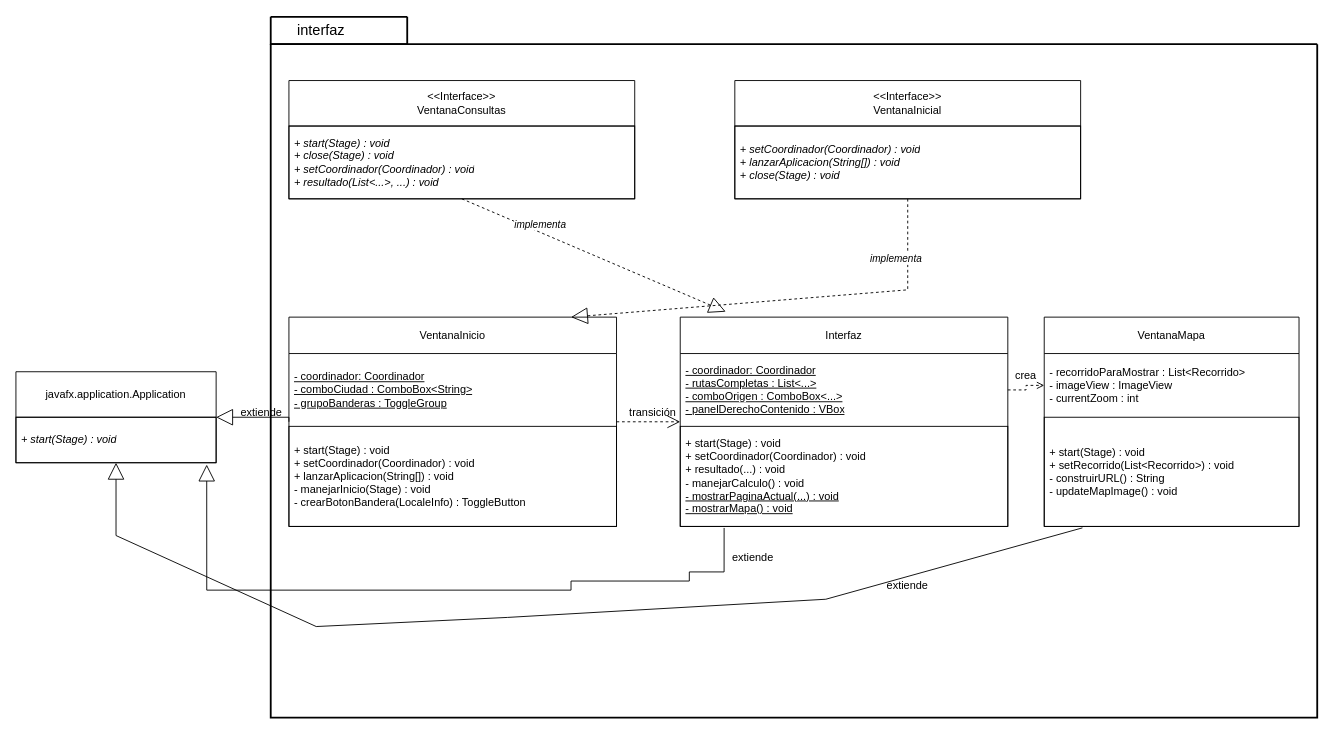
Earlier version of the draw.io diagram docs/uml/drawio/colectivo.interfaz.drawio (AverageZeko/POO-colectivos). Source tidied: cells renumbered, new cells numbered last; positions are measured from the earlier drawing's top-left corner, leaving out a move shared by most shapes. Both pictures are drawn from the tidied source at 91%, with x=0, y=0 at pixel (15, 16).
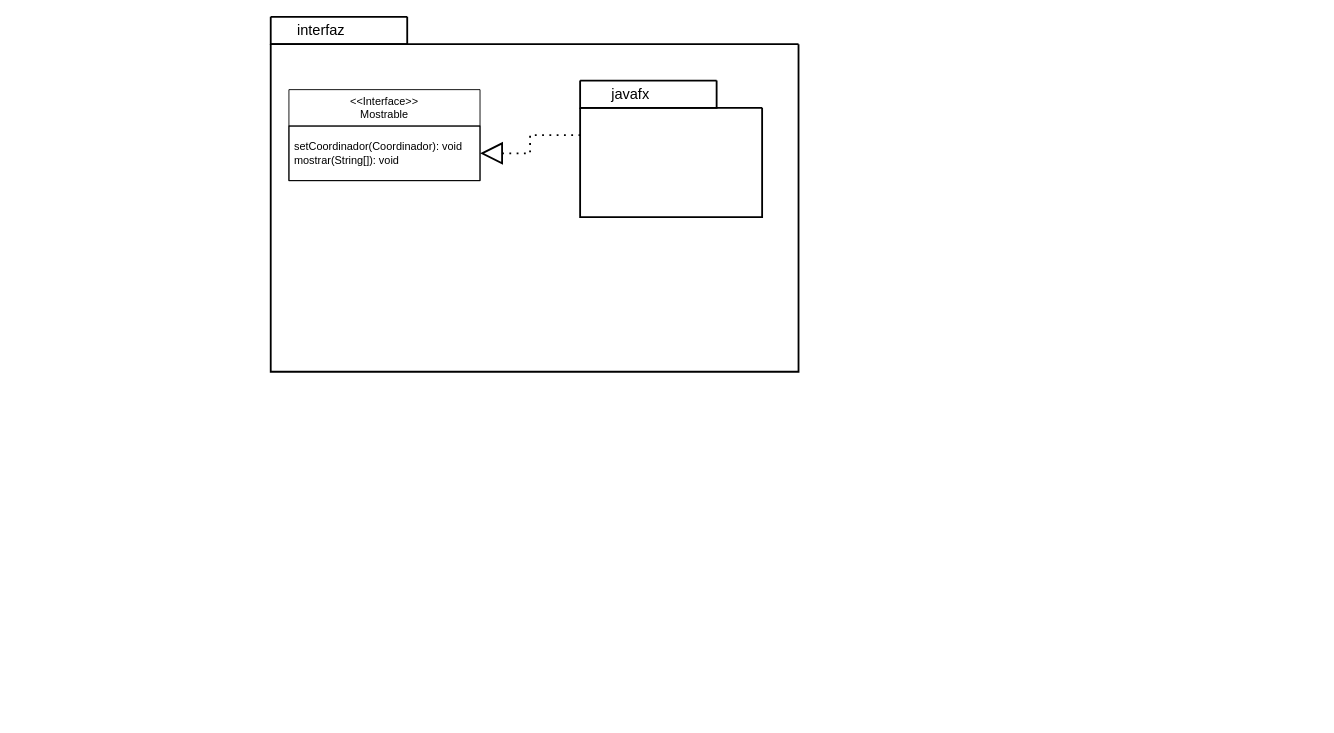
After the change.

The edit, as a diff of the source:
```diff
@@
     <mxCell id="2" style="swimlane;startSize=0;align=center;strokeWidth=2;" parent="1" vertex="1">
-      <mxGeometry x="280" y="30" width="1150" height="740" as="geometry" />
+      <mxGeometry x="280" y="30" width="580" height="360" as="geometry" />
     </mxCell>
-    <mxCell id="3" value="Interfaz" style="swimlane;fontStyle=0;horizontal=1;startSize=40;whiteSpace=wrap;html=1;" parent="2" vertex="1">
-      <mxGeometry x="450" y="300" width="360" height="230" as="geometry" />
-    </mxCell>
-    <mxCell id="4" value="&lt;u&gt;- coordinador: Coordinador&lt;/u&gt;&lt;br&gt;&lt;u&gt;- rutasCompletas : List&amp;lt;...&amp;gt;&lt;/u&gt;&lt;br&gt;&lt;u&gt;- comboOrigen : ComboBox&amp;lt;...&amp;gt;&lt;/u&gt;&lt;br&gt;&lt;u&gt;- panelDerechoContenido : VBox&lt;/u&gt;" style="text;strokeColor=none;fillColor=none;align=left;verticalAlign=middle;spacingLeft=4;spacingRight=4;overflow=hidden;points=[[0,0.5],[1,0.5]];portConstraint=eastwest;whiteSpace=wrap;html=1;" parent="3" vertex="1">
-      <mxGeometry y="40" width="360" height="80" as="geometry" />
-    </mxCell>
-    <mxCell id="5" value="&lt;div&gt;+ start(Stage) : void&lt;/div&gt;&lt;div&gt;+ setCoordinador(Coordinador) : void&lt;/div&gt;&lt;div&gt;+ resultado(...) : void&lt;/div&gt;&lt;div&gt;- manejarCalculo() : void&lt;/div&gt;&lt;div&gt;&lt;u&gt;- mostrarPaginaActual(...) : void&lt;/u&gt;&lt;/div&gt;&lt;div&gt;&lt;u&gt;- mostrarMapa() : void&lt;/u&gt;&lt;/div&gt;" style="text;strokeColor=default;fillColor=none;align=left;verticalAlign=middle;spacingLeft=4;spacingRight=4;overflow=hidden;points=[[0,0.5],[1,0.5]];portConstraint=eastwest;whiteSpace=wrap;html=1;" parent="3" vertex="1">
-      <mxGeometry y="120" width="360" height="110" as="geometry" />
-    </mxCell>
-    <mxCell id="6" value="&amp;lt;&amp;lt;Interface&amp;gt;&amp;gt;&lt;br&gt;VentanaConsultas" style="swimlane;fontStyle=0;horizontal=1;startSize=50;whiteSpace=wrap;html=1;" parent="2" vertex="1">
-      <mxGeometry x="20" y="40" width="380" height="130" as="geometry" />
-    </mxCell>
-    <mxCell id="7" value="&lt;i&gt;+ start(Stage) : void&lt;/i&gt;&lt;div&gt;&lt;i&gt;+ close(Stage) : void&lt;/i&gt;&lt;/div&gt;&lt;div&gt;&lt;i&gt;+ setCoordinador(Coordinador) : void&lt;/i&gt;&lt;/div&gt;&lt;div&gt;&lt;i&gt;+ resultado(List&amp;lt;...&amp;gt;, ...) : void&lt;/i&gt;&lt;/div&gt;" style="text;strokeColor=default;fillColor=none;align=left;verticalAlign=middle;spacingLeft=4;spacingRight=4;overflow=hidden;whiteSpace=wrap;html=1;" parent="6" vertex="1">
-      <mxGeometry y="50" width="380" height="80" as="geometry" />
-    </mxCell>
-    <mxCell id="8" style="endArrow=block;endSize=16;endFill=0;html=1;rounded=0;exitX=0.5;exitY=1;exitDx=0;exitDy=0;entryX=0.139;entryY=-0.026;entryDx=0;entryDy=0;dashed=1;entryPerimeter=0;" parent="2" edge="1" source="6" target="3">
-      <mxGeometry relative="1" as="geometry" />
-    </mxCell>
-    <mxCell id="9" value="&lt;i&gt;implementa&lt;/i&gt;" style="edgeLabel;html=1;align=center;verticalAlign=middle;" parent="8" vertex="1">
-      <mxGeometry x="-0.41" y="-1" relative="1" as="geometry">
-        <mxPoint y="-10" as="offset" />
-      </mxGeometry>
-    </mxCell>
-    <mxCell id="10" value="VentanaInicio" style="swimlane;fontStyle=0;horizontal=1;startSize=40;whiteSpace=wrap;html=1;" parent="2" vertex="1">
-      <mxGeometry x="20" y="300" width="360" height="230" as="geometry" />
-    </mxCell>
-    <mxCell id="11" value="&lt;u&gt;- coordinador: Coordinador&lt;/u&gt;&lt;br&gt;&lt;u&gt;- comboCiudad : ComboBox&amp;lt;String&amp;gt;&lt;/u&gt;&lt;br&gt;&lt;u&gt;- grupoBanderas : ToggleGroup&lt;/u&gt;" style="text;strokeColor=none;fillColor=none;align=left;verticalAlign=middle;spacingLeft=4;spacingRight=4;overflow=hidden;whiteSpace=wrap;html=1;" parent="10" vertex="1">
-      <mxGeometry y="40" width="360" height="80" as="geometry" />
-    </mxCell>
-    <mxCell id="12" value="&lt;div&gt;+ start(Stage) : void&lt;/div&gt;&lt;div&gt;+ setCoordinador(Coordinador) : void&lt;/div&gt;&lt;div&gt;+ lanzarAplicacion(String[]) : void&lt;/div&gt;&lt;div&gt;- manejarInicio(Stage) : void&lt;/div&gt;&lt;div&gt;- crearBotonBandera(LocaleInfo) : ToggleButton&lt;/div&gt;" style="text;strokeColor=default;fillColor=none;align=left;verticalAlign=middle;spacingLeft=4;spacingRight=4;overflow=hidden;whiteSpace=wrap;html=1;" parent="10" vertex="1">
-      <mxGeometry y="120" width="360" height="110" as="geometry" />
-    </mxCell>
-    <mxCell id="13" value="&amp;lt;&amp;lt;Interface&amp;gt;&amp;gt;&lt;br&gt;VentanaInicial" style="swimlane;fontStyle=0;horizontal=1;startSize=50;whiteSpace=wrap;html=1;" parent="2" vertex="1">
-      <mxGeometry x="510" y="40" width="380" height="130" as="geometry" />
-    </mxCell>
-    <mxCell id="14" value="&lt;div&gt;&lt;i&gt;+ setCoordinador(Coordinador) : void&lt;/i&gt;&lt;/div&gt;&lt;div&gt;&lt;i&gt;+ lanzarAplicacion(String[]) : void&lt;/i&gt;&lt;/div&gt;&lt;div&gt;&lt;i&gt;+ close(Stage) : void&lt;/i&gt;&lt;/div&gt;" style="text;strokeColor=default;fillColor=none;align=left;verticalAlign=middle;spacingLeft=4;spacingRight=4;overflow=hidden;whiteSpace=wrap;html=1;" parent="13" vertex="1">
-      <mxGeometry y="50" width="380" height="80" as="geometry" />
-    </mxCell>
-    <mxCell id="15" style="endArrow=block;endSize=16;endFill=0;html=1;rounded=0;exitX=1;exitY=0;exitDx=0;exitDy=0;entryX=0.861;entryY=0;entryDx=0;entryDy=0;dashed=1;entryPerimeter=0;" parent="2" edge="1">
-      <mxGeometry relative="1" as="geometry">
-        <mxPoint x="700" y="170" as="sourcePoint" />
-        <mxPoint x="330" y="300" as="targetPoint" />
-        <Array as="points">
-          <mxPoint x="700" y="270" />
-        </Array>
-      </mxGeometry>
-    </mxCell>
-    <mxCell id="16" value="&lt;i&gt;implementa&lt;/i&gt;" style="edgeLabel;html=1;align=center;verticalAlign=middle;" parent="15" vertex="1">
-      <mxGeometry x="-0.39" y="1" relative="1" as="geometry">
-        <mxPoint x="30" y="-39" as="offset" />
-      </mxGeometry>
-    </mxCell>
-    <mxCell id="17" value="VentanaMapa" style="swimlane;fontStyle=0;horizontal=1;startSize=40;whiteSpace=wrap;html=1;" parent="2" vertex="1">
-      <mxGeometry x="850" y="300" width="280" height="230" as="geometry" />
-    </mxCell>
-    <mxCell id="18" value="- recorridoParaMostrar : List&amp;lt;Recorrido&amp;gt;&lt;br&gt;- imageView : ImageView&lt;br&gt;- currentZoom : int" style="text;strokeColor=none;fillColor=none;align=left;verticalAlign=middle;spacingLeft=4;spacingRight=4;overflow=hidden;points=[[0,0.5],[1,0.5]];portConstraint=eastwest;whiteSpace=wrap;html=1;" parent="17" vertex="1">
-      <mxGeometry y="40" width="280" height="70" as="geometry" />
-    </mxCell>
-    <mxCell id="19" value="+ start(Stage) : void&lt;br&gt;+ setRecorrido(List&amp;lt;Recorrido&amp;gt;) : void&lt;br&gt;- construirURL() : String&lt;br&gt;- updateMapImage() : void" style="text;strokeColor=default;fillColor=none;align=left;verticalAlign=middle;spacingLeft=4;spacingRight=4;overflow=hidden;points=[[0,0.5],[1,0.5]];portConstraint=eastwest;whiteSpace=wrap;html=1;" parent="17" vertex="1">
-      <mxGeometry y="110" width="280" height="120" as="geometry" />
-    </mxCell>
-    <mxCell id="20" style="endArrow=open;endFill=0;endSize=12;html=1;rounded=0;exitX=1;exitY=0.5;exitDx=0;exitDy=0;entryX=0;entryY=0.5;entryDx=0;entryDy=0;dashed=1;" parent="2" edge="1" source="10" target="3">
-      <mxGeometry relative="1" as="geometry" />
-    </mxCell>
-    <mxCell id="21" value="extiende" style="text;html=1;whiteSpace=wrap;strokeColor=none;fillColor=none;align=center;verticalAlign=middle;rounded=0;" parent="2" vertex="1">
-      <mxGeometry x="500" y="550" width="60" height="30" as="geometry" />
-    </mxCell>
-    <mxCell id="22" value="extiende" style="text;html=1;whiteSpace=wrap;strokeColor=none;fillColor=none;align=center;verticalAlign=middle;rounded=0;" parent="2" vertex="1">
-      <mxGeometry x="670" y="580" width="60" height="30" as="geometry" />
-    </mxCell>
-    <mxCell id="23" style="edgeStyle=orthogonalEdgeStyle;rounded=0;jettySize=auto;html=1;entryX=0;entryY=0.5;entryDx=0;entryDy=0;endArrow=open;endFill=0;dashed=1;" parent="2" edge="1" source="4" target="18">
-      <mxGeometry relative="1" as="geometry" />
-    </mxCell>
-    <mxCell id="24" value="crea" style="text;html=1;whiteSpace=wrap;strokeColor=none;fillColor=none;align=center;verticalAlign=middle;rounded=0;" parent="2" vertex="1">
-      <mxGeometry x="800" y="350" width="60" height="30" as="geometry" />
-    </mxCell>
-    <mxCell id="25" value="transición" style="text;html=1;whiteSpace=wrap;strokeColor=none;fillColor=none;align=center;verticalAlign=middle;rounded=0;" parent="2" vertex="1">
-      <mxGeometry x="390" y="390" width="60" height="30" as="geometry" />
-    </mxCell>
+    <mxCell id="34" value="&lt;div&gt;&amp;lt;&amp;lt;Interface&amp;gt;&amp;gt;&lt;/div&gt;&lt;div&gt;Mostrable&lt;/div&gt;" style="swimlane;fontStyle=0;horizontal=1;startSize=40;whiteSpace=wrap;html=1;" parent="2" vertex="1">
+      <mxGeometry x="20" y="50" width="210" height="100" as="geometry" />
+    </mxCell>
+    <mxCell id="35" value="&lt;div&gt;setCoordinador(Coordinador): void&lt;/div&gt;&lt;div&gt;mostrar(String[]): void&lt;/div&gt;" style="text;strokeColor=default;fillColor=none;align=left;verticalAlign=middle;spacingLeft=4;spacingRight=4;overflow=hidden;points=[[0,0.5],[1,0.5]];portConstraint=eastwest;whiteSpace=wrap;html=1;" parent="34" vertex="1">
+      <mxGeometry y="40" width="210" height="60" as="geometry" />
+    </mxCell>
+    <mxCell id="36" style="swimlane;startSize=0;align=center;strokeWidth=2;" parent="2" vertex="1">
+      <mxGeometry x="340" y="70" width="200" height="120" as="geometry" />
+    </mxCell>
+    <mxCell id="37" style="swimlane;startSize=0;strokeWidth=2;" parent="2" vertex="1">
+      <mxGeometry x="340" y="40" width="150" height="30" as="geometry" />
+    </mxCell>
+    <mxCell id="38" value="javafx" style="text;html=1;align=center;verticalAlign=middle;strokeColor=none;fillColor=none;fontSize=16;" parent="37" vertex="1">
+      <mxGeometry x="20" width="70" height="30" as="geometry" />
+    </mxCell>
+    <mxCell id="39" style="endArrow=none;dashed=1;html=1;dashPattern=1 3;strokeWidth=2;rounded=0;entryX=0;entryY=0.25;entryDx=0;entryDy=0;startArrow=block;startFill=0;startSize=20;exitX=1;exitY=0.5;exitDx=0;exitDy=0;edgeStyle=orthogonalEdgeStyle;" parent="2" edge="1" source="35" target="36">
+      <mxGeometry relative="1" as="geometry" />
+    </mxCell>
@@
-    <mxCell id="28" value="javafx.application.Application" style="swimlane;fontStyle=0;horizontal=1;startSize=50;whiteSpace=wrap;html=1;" parent="1" vertex="1">
-      <mxGeometry y="390" width="220" height="100" as="geometry" />
-    </mxCell>
-    <mxCell id="29" value="&lt;i&gt;+ start(Stage) : void&lt;/i&gt;" style="text;strokeColor=default;fillColor=none;align=left;verticalAlign=middle;spacingLeft=4;spacingRight=4;overflow=hidden;points=[[0,0.5],[1,0.5]];portConstraint=eastwest;whiteSpace=wrap;html=1;" parent="28" vertex="1">
-      <mxGeometry y="50" width="220" height="50" as="geometry" />
-    </mxCell>
-    <mxCell id="30" style="endArrow=block;endSize=16;endFill=0;html=1;rounded=0;exitX=0;exitY=0.5;exitDx=0;exitDy=0;entryX=1;entryY=0.5;entryDx=0;entryDy=0;" parent="1" edge="1" source="10" target="28">
-      <mxGeometry x="0.06" y="-10" relative="1" as="geometry">
-        <Array as="points">
-          <mxPoint x="300" y="440" />
-        </Array>
-      </mxGeometry>
-    </mxCell>
-    <mxCell id="31" style="endArrow=block;endSize=16;endFill=0;html=1;rounded=0;exitX=0.15;exitY=1.013;exitDx=0;entryDy=0;exitDy=0;exitPerimeter=0;" parent="1" edge="1" source="19" target="28">
-      <mxGeometry x="0.21" y="-33" relative="1" as="geometry">
-        <Array as="points">
-          <mxPoint x="890" y="640" />
-          <mxPoint x="540" y="660" />
-          <mxPoint x="330" y="670" />
-          <mxPoint x="110" y="570" />
-        </Array>
-      </mxGeometry>
-    </mxCell>
-    <mxCell id="32" style="edgeStyle=orthogonalEdgeStyle;rounded=0;jettySize=auto;html=1;entryX=0.953;entryY=1.04;entryDx=0;entryDy=0;entryPerimeter=0;exitX=0.134;exitY=1.015;exitDx=0;exitDy=0;exitPerimeter=0;endArrow=block;endFill=0;endSize=16;" parent="1" edge="1" source="5" target="29">
-      <mxGeometry relative="1" as="geometry">
-        <Array as="points">
-          <mxPoint x="778" y="610" />
-          <mxPoint x="740" y="610" />
-          <mxPoint x="740" y="620" />
-          <mxPoint x="610" y="620" />
-          <mxPoint x="610" y="630" />
-          <mxPoint x="210" y="630" />
-        </Array>
-      </mxGeometry>
-    </mxCell>
-    <mxCell id="33" value="extiende" style="text;html=1;whiteSpace=wrap;strokeColor=none;fillColor=none;align=center;verticalAlign=middle;rounded=0;" parent="1" vertex="1">
-      <mxGeometry x="240" y="420" width="60" height="30" as="geometry" />
-    </mxCell>
```
